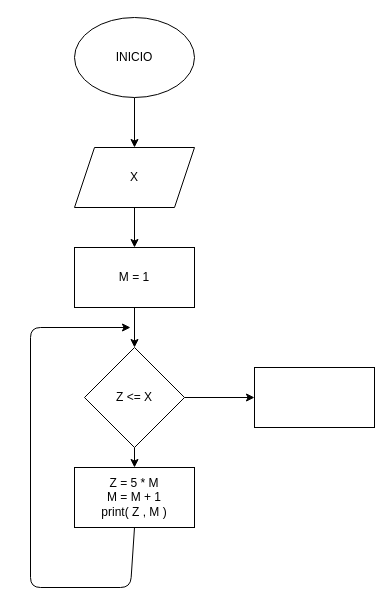
Above: ejercicio_4_multiplos/multiplos.drawio in PhilippeParra/taller_instrucciones_repetitivas (draw.io), before the change. Source tidied: cells renumbered, new cells numbered last; positions are measured from the earlier drawing's top-left corner, leaving out a move shared by most shapes. Both pictures are drawn from the tidied source at 100%, with x=0, y=0 at pixel (30, 17).
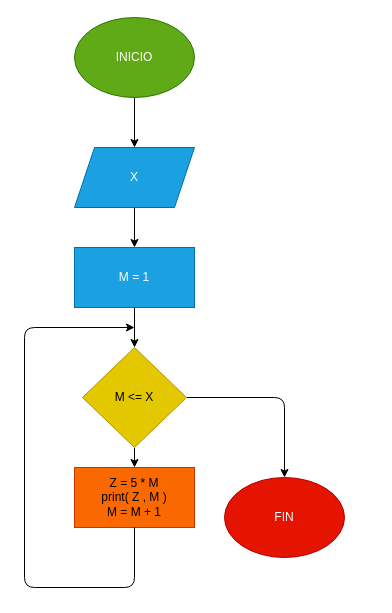
After the change.

The edit, as a diff of the source:
```diff
@@
 <mxGraphModel>
   <root>
     <mxCell id="0" />
     <mxCell id="1" parent="0" />
     <mxCell id="2" style="edgeStyle=none;html=1;" parent="1" edge="1" source="3" target="5">
       <mxGeometry relative="1" as="geometry" />
     </mxCell>
-    <mxCell id="3" value="INICIO" style="ellipse;whiteSpace=wrap;html=1;" parent="1" vertex="1">
+    <mxCell id="3" value="INICIO" style="ellipse;whiteSpace=wrap;html=1;fillColor=#60a917;fontColor=#ffffff;strokeColor=#2D7600;" parent="1" vertex="1">
       <mxGeometry x="44" width="120" height="80" as="geometry" />
     </mxCell>
     <mxCell id="4" style="edgeStyle=none;html=1;" parent="1" edge="1" source="5" target="7">
       <mxGeometry relative="1" as="geometry" />
     </mxCell>
-    <mxCell id="5" value="X" style="shape=parallelogram;perimeter=parallelogramPerimeter;whiteSpace=wrap;html=1;fixedSize=1;" parent="1" vertex="1">
+    <mxCell id="5" value="X" style="shape=parallelogram;perimeter=parallelogramPerimeter;whiteSpace=wrap;html=1;fixedSize=1;fillColor=#1ba1e2;fontColor=#ffffff;strokeColor=#006EAF;" parent="1" vertex="1">
       <mxGeometry x="44" y="130" width="120" height="60" as="geometry" />
     </mxCell>
     <mxCell id="6" style="edgeStyle=none;html=1;" parent="1" edge="1" source="7" target="10">
       <mxGeometry relative="1" as="geometry" />
     </mxCell>
-    <mxCell id="7" value="M = 1" style="whiteSpace=wrap;html=1;" parent="1" vertex="1">
+    <mxCell id="7" value="M = 1" style="whiteSpace=wrap;html=1;fillColor=#1ba1e2;fontColor=#ffffff;strokeColor=#006EAF;" parent="1" vertex="1">
       <mxGeometry x="44" y="230" width="120" height="60" as="geometry" />
     </mxCell>
     <mxCell id="8" style="edgeStyle=none;html=1;" parent="1" edge="1" source="10" target="11">
       <mxGeometry relative="1" as="geometry" />
     </mxCell>
-    <mxCell id="9" style="edgeStyle=none;html=1;" parent="1" edge="1" source="10" target="13">
-      <mxGeometry relative="1" as="geometry" />
+    <mxCell id="9" style="edgeStyle=none;html=1;entryX=0.5;entryY=0;entryDx=0;entryDy=0;" parent="1" edge="1" source="10" target="14">
+      <mxGeometry relative="1" as="geometry">
+        <Array as="points">
+          <mxPoint x="254" y="380" />
+        </Array>
+      </mxGeometry>
     </mxCell>
-    <mxCell id="10" value="Z &amp;lt;= X" style="rhombus;whiteSpace=wrap;html=1;" parent="1" vertex="1">
-      <mxGeometry x="54" y="330" width="100" height="100" as="geometry" />
+    <mxCell id="10" value="M &amp;lt;= X" style="rhombus;whiteSpace=wrap;html=1;fillColor=#e3c800;fontColor=#000000;strokeColor=#B09500;" parent="1" vertex="1">
+      <mxGeometry x="52" y="330" width="104" height="100" as="geometry" />
     </mxCell>
-    <mxCell id="11" value="Z = 5 * M&lt;br&gt;M = M + 1&lt;br&gt;print( Z , M )" style="whiteSpace=wrap;html=1;" parent="1" vertex="1">
+    <mxCell id="11" value="Z = 5 * M&lt;br&gt;print( Z , M )&lt;br&gt;M = M + 1" style="whiteSpace=wrap;html=1;fillColor=#fa6800;fontColor=#000000;strokeColor=#C73500;" parent="1" vertex="1">
       <mxGeometry x="44" y="450" width="120" height="60" as="geometry" />
     </mxCell>
     <mxCell id="12" style="endArrow=classic;html=1;exitX=0.5;exitY=1;exitDx=0;exitDy=0;" parent="1" edge="1" source="11">
       <mxGeometry relative="1" as="geometry">
-        <mxPoint x="100" y="310" as="targetPoint" />
+        <mxPoint x="104" y="310" as="targetPoint" />
         <Array as="points">
-          <mxPoint x="100" y="570" />
-          <mxPoint y="570" />
-          <mxPoint y="310" />
+          <mxPoint x="104" y="570" />
+          <mxPoint x="-6" y="570" />
+          <mxPoint x="-6" y="310" />
         </Array>
       </mxGeometry>
     </mxCell>
-    <mxCell id="13" style="whiteSpace=wrap;html=1;" parent="1" vertex="1">
-      <mxGeometry x="224" y="350" width="120" height="60" as="geometry" />
-    </mxCell>
+    <mxCell id="14" value="FIN" style="ellipse;whiteSpace=wrap;html=1;fillColor=#e51400;fontColor=#ffffff;strokeColor=#B20000;" parent="1" vertex="1">
+      <mxGeometry x="194" y="460" width="120" height="80" as="geometry" />
+    </mxCell>
   </root>
 </mxGraphModel>
```
